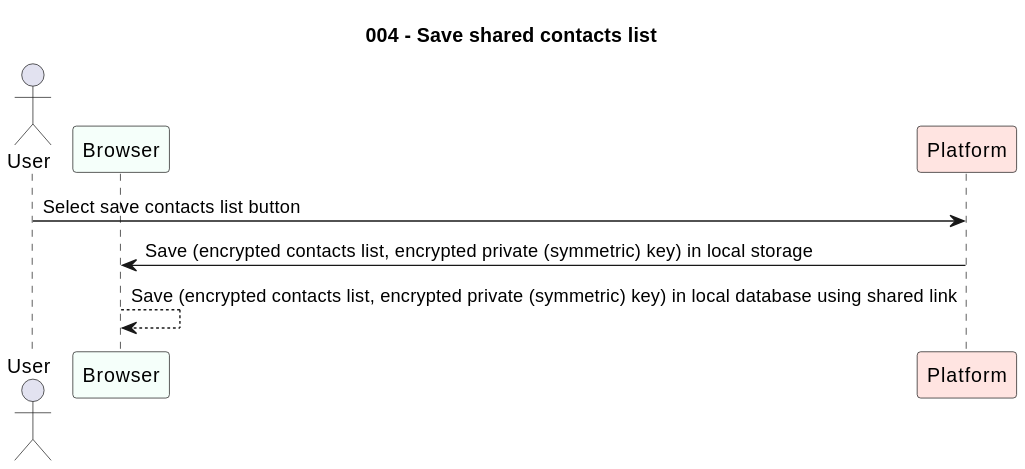
Before: src/usecases/004-save-shared-contacts-list.svg, a diagram exported from PlantUML (paginas-secretas/docs).
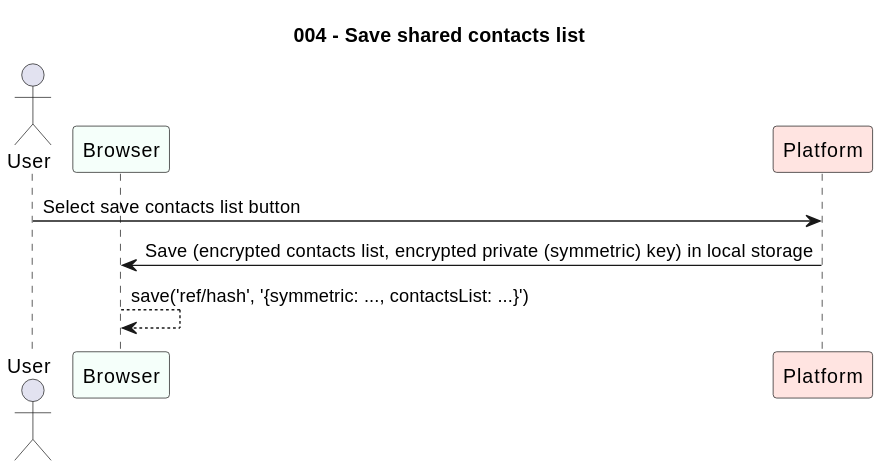
The same file after the commit.

Commit message:
docs(usecases): generated svg files

Diff of the diagram source:
```diff
@@ -7,5 +7,5 @@
 
 User -> PL: Select save contacts list button
 PL -> Browser: Save (encrypted contacts list, encrypted private (symmetric) key) in local storage
-Browser --> Browser: Save (encrypted contacts list, encrypted private (symmetric) key) in local database using shared link
+Browser --> Browser: save('ref/hash', '{symmetric: ..., contactsList: ...}')
 @enduml
```
